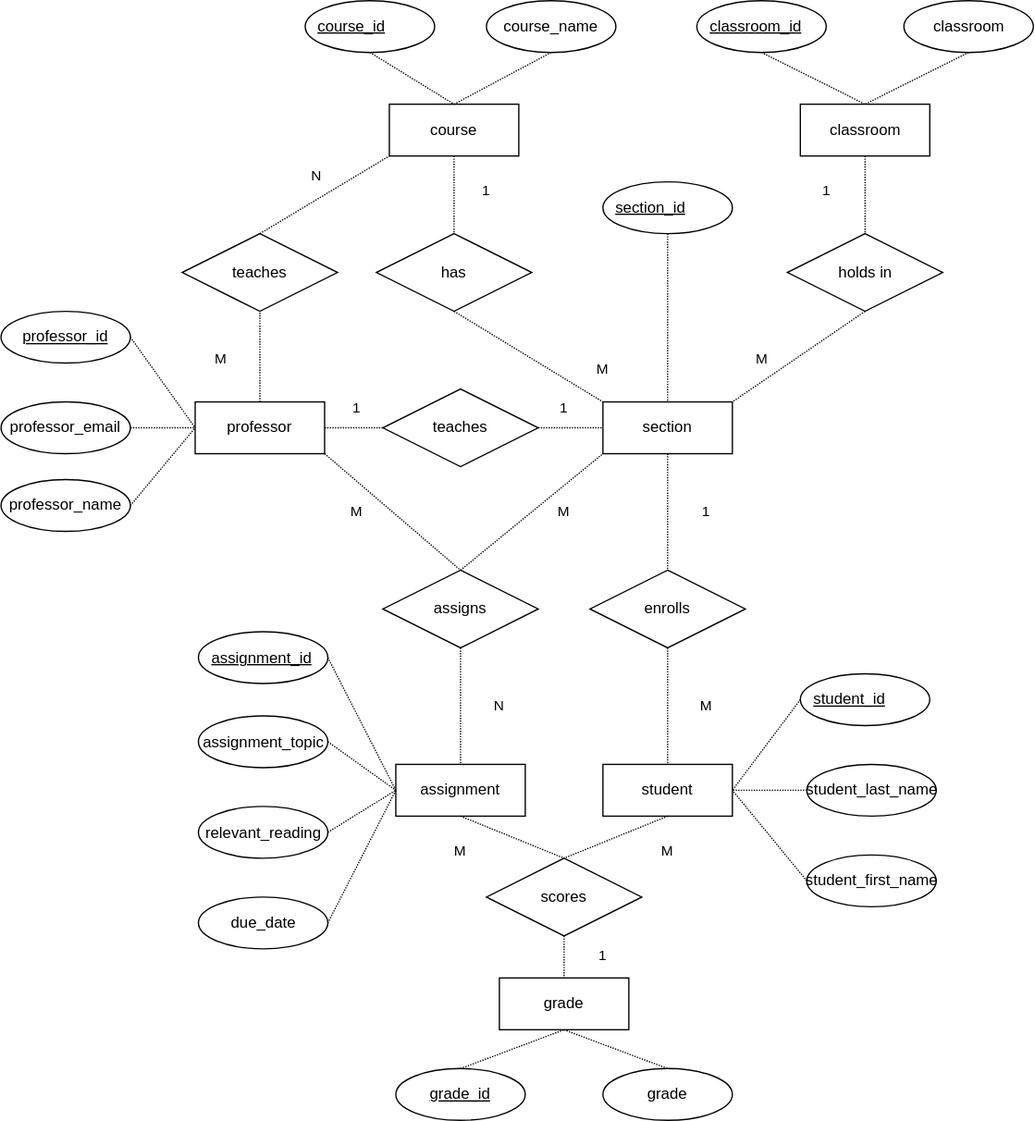
Earlier version of the draw.io export images/ERDiagram.svg (dbdesign-students-spring2024/5-database-design-shaw2065). Source tidied: cells renumbered, new cells last; positions are measured from the earlier drawing's top-left corner, leaving out a move shared by most shapes.
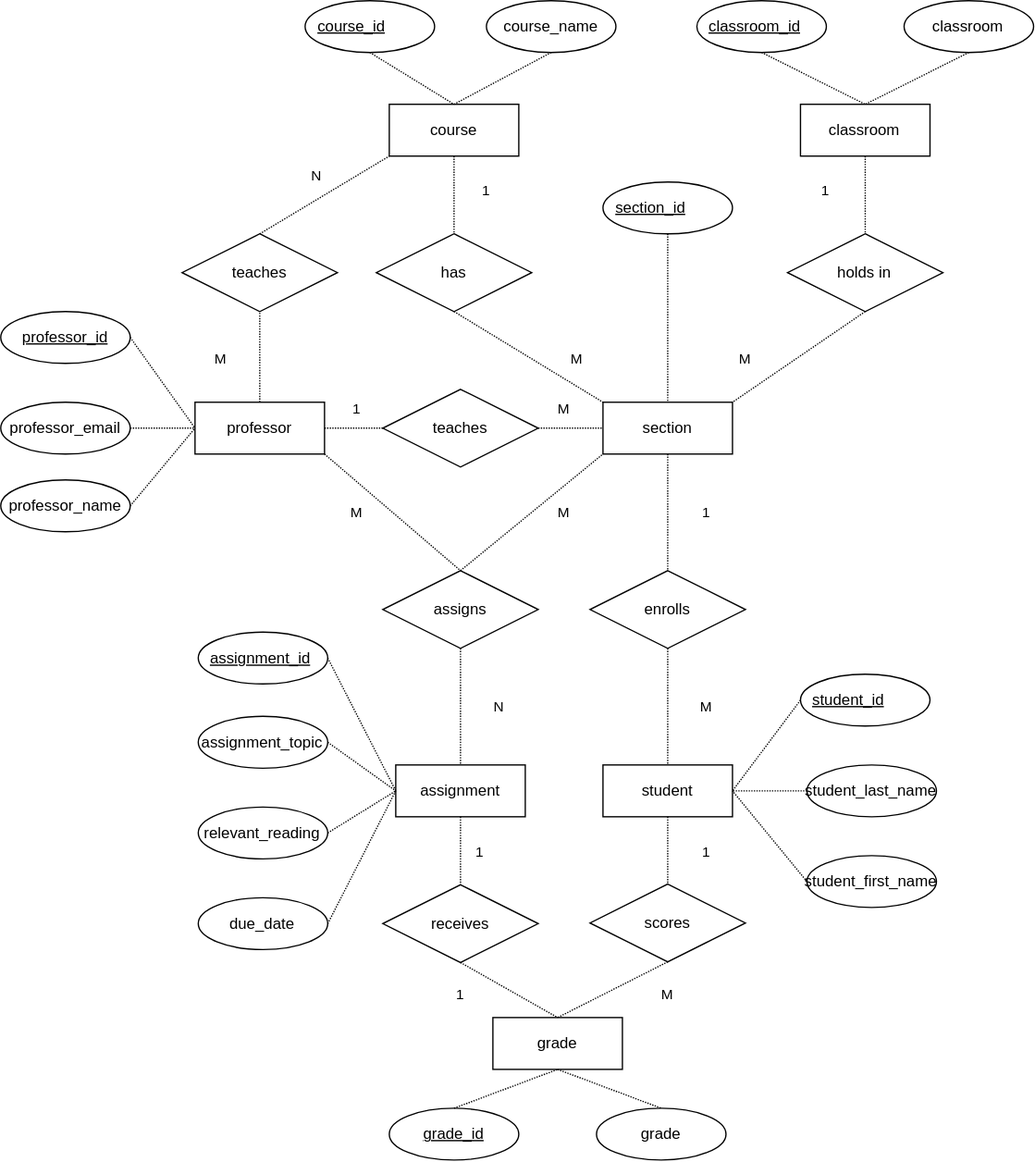
After the commit.

Change to the diagram source:
```diff
@@ -86,7 +86,7 @@
     <mxCell id="29" value="student_id&lt;span style=&quot;white-space:pre&quot;&gt;&#9;&lt;/span&gt;" style="ellipse;whiteSpace=wrap;html=1;align=center;fontStyle=4;strokeColor=#000000;fillColor=none;fontColor=default;" parent="1" vertex="1">
       <mxGeometry x="617.5" y="520" width="100" height="40" as="geometry" />
     </mxCell>
-    <mxCell id="30" style="edgeStyle=none;rounded=0;jettySize=auto;html=1;exitX=0.5;exitY=1;exitDx=0;exitDy=0;entryX=0.5;entryY=0;entryDx=0;entryDy=0;dashed=1;dashPattern=1 1;strokeColor=default;align=center;verticalAlign=middle;fontFamily=Helvetica;fontSize=11;fontColor=default;labelBackgroundColor=default;endArrow=none;endFill=0;" parent="1" edge="1" source="31" target="61">
+    <mxCell id="30" style="edgeStyle=none;rounded=0;jettySize=auto;html=1;exitX=0.5;exitY=1;exitDx=0;exitDy=0;entryX=0.5;entryY=0;entryDx=0;entryDy=0;dashed=1;dashPattern=1 1;strokeColor=default;align=center;verticalAlign=middle;fontFamily=Helvetica;fontSize=11;fontColor=default;labelBackgroundColor=default;endArrow=none;endFill=0;" parent="1" edge="1" source="31" target="83">
       <mxGeometry relative="1" as="geometry" />
     </mxCell>
     <mxCell id="31" value="student" style="whiteSpace=wrap;html=1;align=center;strokeColor=#000000;fillColor=none;fontColor=default;" parent="1" vertex="1">
@@ -102,7 +102,7 @@
       <mxGeometry relative="1" as="geometry" />
     </mxCell>
     <mxCell id="35" value="grade" style="whiteSpace=wrap;html=1;align=center;strokeColor=#000000;fillColor=none;fontColor=default;" parent="1" vertex="1">
-      <mxGeometry x="385" y="755" width="100" height="40" as="geometry" />
+      <mxGeometry x="380" y="785" width="100" height="40" as="geometry" />
     </mxCell>
     <mxCell id="36" style="edgeStyle=none;rounded=0;jettySize=auto;html=1;exitX=0.5;exitY=1;exitDx=0;exitDy=0;entryX=0.5;entryY=0;entryDx=0;entryDy=0;dashed=1;dashPattern=1 1;strokeColor=default;align=center;verticalAlign=middle;fontFamily=Helvetica;fontSize=11;fontColor=default;labelBackgroundColor=default;endArrow=none;endFill=0;" parent="1" edge="1" source="37" target="42">
       <mxGeometry relative="1" as="geometry" />
@@ -111,7 +111,7 @@
       <mxGeometry x="465" y="310" width="100" height="40" as="geometry" />
     </mxCell>
     <mxCell id="38" value="grade" style="ellipse;whiteSpace=wrap;html=1;align=center;strokeColor=#000000;fillColor=none;fontColor=default;" parent="1" vertex="1">
-      <mxGeometry x="465" y="825" width="100" height="40" as="geometry" />
+      <mxGeometry x="460" y="855" width="100" height="40" as="geometry" />
     </mxCell>
     <mxCell id="39" style="edgeStyle=none;rounded=0;jettySize=auto;html=1;exitX=1;exitY=0.5;exitDx=0;exitDy=0;entryX=0;entryY=0.5;entryDx=0;entryDy=0;dashed=1;dashPattern=1 1;strokeColor=default;align=center;verticalAlign=middle;fontFamily=Helvetica;fontSize=11;fontColor=default;labelBackgroundColor=default;endArrow=none;endFill=0;" parent="1" edge="1" source="40" target="37">
       <mxGeometry relative="1" as="geometry" />
@@ -179,14 +179,14 @@
     <mxCell id="60" style="edgeStyle=none;rounded=0;jettySize=auto;html=1;exitX=0.5;exitY=1;exitDx=0;exitDy=0;entryX=0.5;entryY=0;entryDx=0;entryDy=0;dashed=1;dashPattern=1 1;strokeColor=default;align=center;verticalAlign=middle;fontFamily=Helvetica;fontSize=11;fontColor=default;labelBackgroundColor=default;endArrow=none;endFill=0;" parent="1" edge="1" source="61" target="35">
       <mxGeometry relative="1" as="geometry" />
     </mxCell>
-    <mxCell id="61" value="scores" style="shape=rhombus;perimeter=rhombusPerimeter;whiteSpace=wrap;html=1;align=center;strokeColor=#000000;fillColor=none;fontColor=default;" parent="1" vertex="1">
-      <mxGeometry x="375" y="662.5" width="120" height="60" as="geometry" />
+    <mxCell id="61" value="receives" style="shape=rhombus;perimeter=rhombusPerimeter;whiteSpace=wrap;html=1;align=center;strokeColor=#000000;fillColor=none;fontColor=default;" parent="1" vertex="1">
+      <mxGeometry x="295" y="682.5" width="120" height="60" as="geometry" />
     </mxCell>
     <mxCell id="62" style="edgeStyle=none;rounded=0;jettySize=auto;html=1;exitX=0.5;exitY=0;exitDx=0;exitDy=0;entryX=0.5;entryY=1;entryDx=0;entryDy=0;dashed=1;dashPattern=1 1;strokeColor=default;align=center;verticalAlign=middle;fontFamily=Helvetica;fontSize=11;fontColor=default;labelBackgroundColor=default;endArrow=none;endFill=0;" parent="1" edge="1" source="63" target="35">
       <mxGeometry relative="1" as="geometry" />
     </mxCell>
     <mxCell id="63" value="grade_id" style="ellipse;whiteSpace=wrap;html=1;align=center;fontStyle=4;strokeColor=#000000;fillColor=none;fontColor=default;" parent="1" vertex="1">
-      <mxGeometry x="305" y="825" width="100" height="40" as="geometry" />
+      <mxGeometry x="300" y="855" width="100" height="40" as="geometry" />
     </mxCell>
     <mxCell id="64" style="edgeStyle=none;rounded=0;jettySize=auto;html=1;exitX=0.5;exitY=0;exitDx=0;exitDy=0;entryX=0;entryY=1;entryDx=0;entryDy=0;dashed=1;dashPattern=1 1;strokeColor=default;align=center;verticalAlign=middle;fontFamily=Helvetica;fontSize=11;fontColor=default;labelBackgroundColor=default;endArrow=none;endFill=0;" parent="1" edge="1" source="65" target="25">
       <mxGeometry relative="1" as="geometry" />
@@ -204,16 +204,16 @@
       <mxGeometry x="214" y="120" width="60" height="30" as="geometry" />
     </mxCell>
     <mxCell id="69" value="M" style="text;html=1;align=center;verticalAlign=middle;whiteSpace=wrap;rounded=0;fontFamily=Helvetica;fontSize=11;fontColor=default;labelBackgroundColor=default;" parent="1" vertex="1">
-      <mxGeometry x="435" y="270" width="60" height="30" as="geometry" />
+      <mxGeometry x="415" y="262" width="60" height="30" as="geometry" />
     </mxCell>
     <mxCell id="70" value="1" style="text;html=1;align=center;verticalAlign=middle;whiteSpace=wrap;rounded=0;fontFamily=Helvetica;fontSize=11;fontColor=default;labelBackgroundColor=default;" parent="1" vertex="1">
       <mxGeometry x="245" y="300" width="60" height="30" as="geometry" />
     </mxCell>
-    <mxCell id="71" value="1" style="text;html=1;align=center;verticalAlign=middle;whiteSpace=wrap;rounded=0;fontFamily=Helvetica;fontSize=11;fontColor=default;labelBackgroundColor=default;" parent="1" vertex="1">
+    <mxCell id="71" value="M" style="text;html=1;align=center;verticalAlign=middle;whiteSpace=wrap;rounded=0;fontFamily=Helvetica;fontSize=11;fontColor=default;labelBackgroundColor=default;" parent="1" vertex="1">
       <mxGeometry x="405" y="300" width="60" height="30" as="geometry" />
     </mxCell>
     <mxCell id="72" value="M" style="text;html=1;align=center;verticalAlign=middle;whiteSpace=wrap;rounded=0;fontFamily=Helvetica;fontSize=11;fontColor=default;labelBackgroundColor=default;" parent="1" vertex="1">
-      <mxGeometry x="557.5" y="262" width="60" height="30" as="geometry" />
+      <mxGeometry x="545" y="262" width="60" height="30" as="geometry" />
     </mxCell>
     <mxCell id="73" value="1" style="text;html=1;align=center;verticalAlign=middle;whiteSpace=wrap;rounded=0;fontFamily=Helvetica;fontSize=11;fontColor=default;labelBackgroundColor=default;" parent="1" vertex="1">
       <mxGeometry x="607.5" y="132" width="60" height="30" as="geometry" />
@@ -234,13 +234,22 @@
       <mxGeometry x="355" y="530" width="60" height="30" as="geometry" />
     </mxCell>
     <mxCell id="79" value="1" style="text;html=1;align=center;verticalAlign=middle;whiteSpace=wrap;rounded=0;fontFamily=Helvetica;fontSize=11;fontColor=default;labelBackgroundColor=default;" parent="1" vertex="1">
-      <mxGeometry x="435" y="722.5" width="60" height="30" as="geometry" />
+      <mxGeometry x="340" y="642" width="60" height="30" as="geometry" />
     </mxCell>
-    <mxCell id="80" value="M" style="text;html=1;align=center;verticalAlign=middle;whiteSpace=wrap;rounded=0;fontFamily=Helvetica;fontSize=11;fontColor=default;labelBackgroundColor=default;" parent="1" vertex="1">
-      <mxGeometry x="325" y="642" width="60" height="30" as="geometry" />
+    <mxCell id="80" value="1" style="text;html=1;align=center;verticalAlign=middle;whiteSpace=wrap;rounded=0;fontFamily=Helvetica;fontSize=11;fontColor=default;labelBackgroundColor=default;" parent="1" vertex="1">
+      <mxGeometry x="515" y="642" width="60" height="30" as="geometry" />
     </mxCell>
     <mxCell id="81" value="M" style="text;html=1;align=center;verticalAlign=middle;whiteSpace=wrap;rounded=0;fontFamily=Helvetica;fontSize=11;fontColor=default;labelBackgroundColor=default;" parent="1" vertex="1">
-      <mxGeometry x="485" y="642" width="60" height="30" as="geometry" />
+      <mxGeometry x="485" y="752" width="60" height="30" as="geometry" />
     </mxCell>
+    <mxCell id="82" style="edgeStyle=none;rounded=0;jettySize=auto;html=1;exitX=0.5;exitY=1;exitDx=0;exitDy=0;entryX=0.5;entryY=0;entryDx=0;entryDy=0;dashed=1;dashPattern=1 1;strokeColor=default;align=center;verticalAlign=middle;fontFamily=Helvetica;fontSize=11;fontColor=default;labelBackgroundColor=default;endArrow=none;endFill=0;" parent="1" edge="1" source="83" target="35">
+      <mxGeometry relative="1" as="geometry" />
+    </mxCell>
+    <mxCell id="83" value="scores" style="shape=rhombus;perimeter=rhombusPerimeter;whiteSpace=wrap;html=1;align=center;strokeColor=#000000;fillColor=none;fontColor=default;" parent="1" vertex="1">
+      <mxGeometry x="455" y="682" width="120" height="60" as="geometry" />
+    </mxCell>
+    <mxCell id="84" value="1" style="text;html=1;align=center;verticalAlign=middle;whiteSpace=wrap;rounded=0;fontFamily=Helvetica;fontSize=11;fontColor=default;labelBackgroundColor=default;" parent="1" vertex="1">
+      <mxGeometry x="325" y="752" width="60" height="30" as="geometry" />
+    </mxCell>
   </root>
 </mxGraphModel>
```
